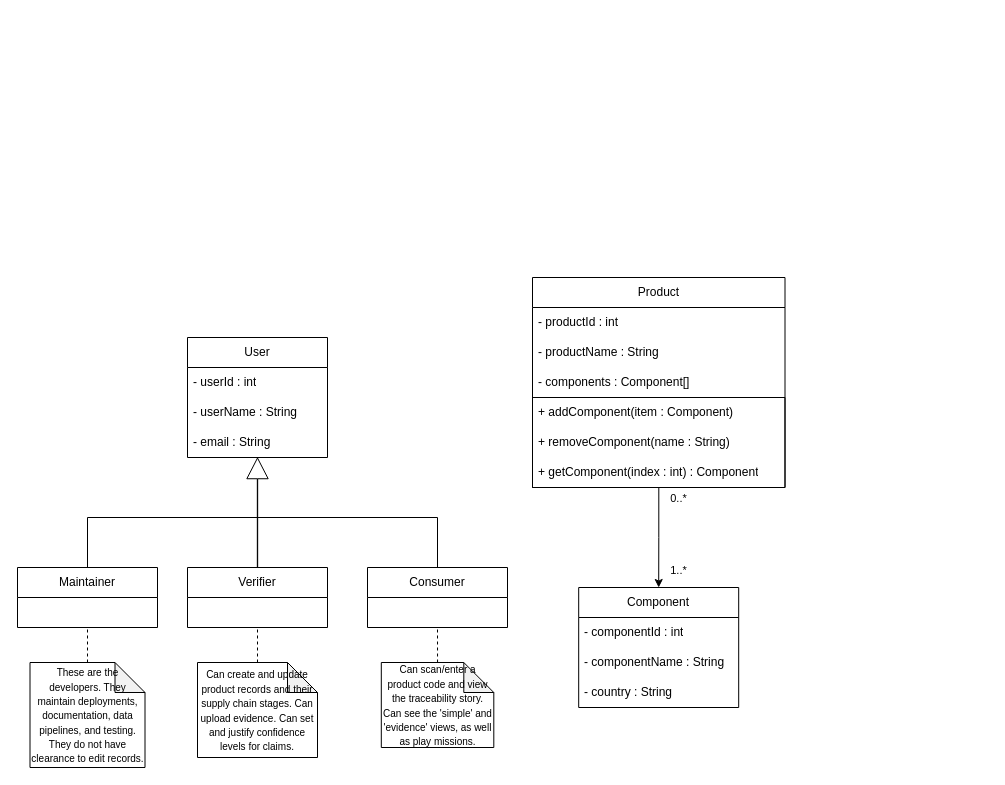
The draw.io diagram main/design/UML.drawio in rscott34/Innovation-project-4, before the edit. Source tidied: cells renumbered, new cells numbered last; positions are measured from the earlier drawing's top-left corner, leaving out a move shared by most shapes. Both pictures are drawn from the tidied source at 100%, with x=0, y=0 at pixel (17, 277).
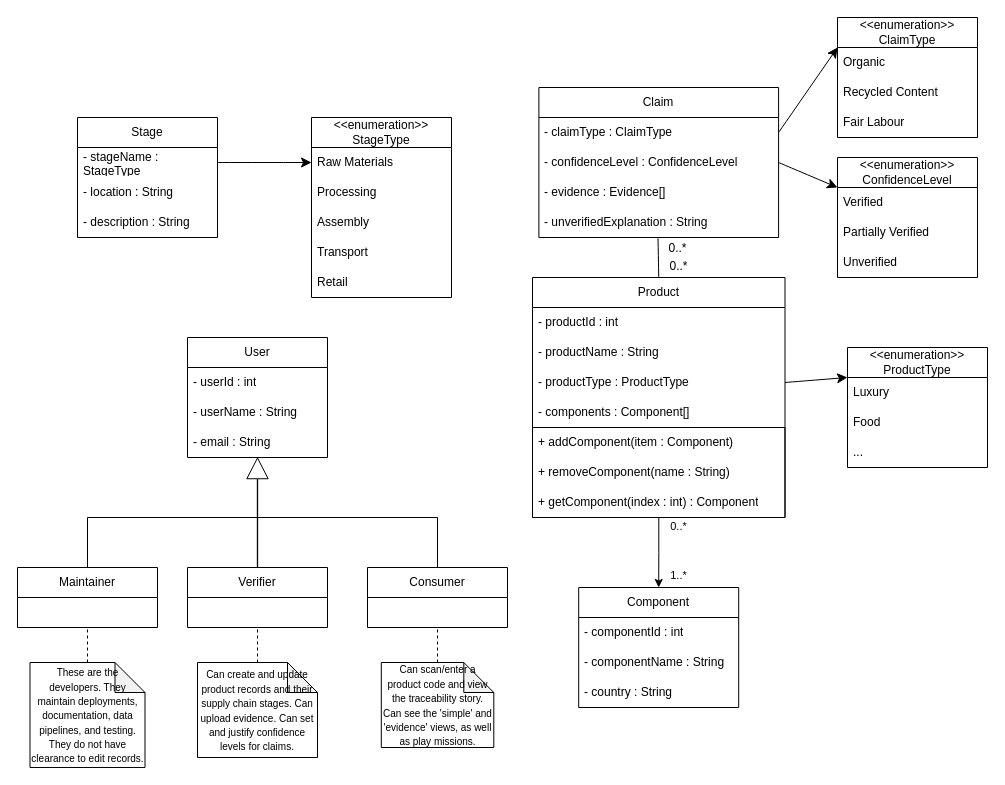
The same page after the edit.

Commit message:
Recent UML

Diff of the diagram source:
```diff
@@
     <mxCell id="5" value="Product" style="swimlane;fontStyle=0;horizontal=1;startSize=30;whiteSpace=wrap;html=1;" parent="1" vertex="1">
-      <mxGeometry x="515" width="252.5" height="210" as="geometry" />
+      <mxGeometry x="515" width="252.5" height="240" as="geometry" />
     </mxCell>
@@
+    <mxCell id="33" value="- productType : ProductType" style="text;strokeColor=none;fillColor=none;align=left;verticalAlign=middle;spacingLeft=4;spacingRight=4;overflow=hidden;points=[[0,0.5],[1,0.5]];portConstraint=eastwest;whiteSpace=wrap;html=1;" parent="5" vertex="1">
+      <mxGeometry y="90" width="252.5" height="30" as="geometry" />
+    </mxCell>
     <mxCell id="8" value="- components : Component[]" style="text;strokeColor=none;fillColor=none;align=left;verticalAlign=middle;spacingLeft=4;spacingRight=4;overflow=hidden;whiteSpace=wrap;html=1;" parent="5" vertex="1">
-      <mxGeometry y="90" width="252.5" height="30" as="geometry" />
+      <mxGeometry y="120" width="252.5" height="30" as="geometry" />
     </mxCell>
     <mxCell id="9" style="swimlane;fontStyle=0;horizontal=1;startSize=0;whiteSpace=wrap;html=1;" parent="5" vertex="1">
-      <mxGeometry y="120" width="252.5" height="90" as="geometry" />
+      <mxGeometry y="150" width="252.5" height="90" as="geometry" />
     </mxCell>
@@
+    <mxCell id="34" value="&amp;lt;&amp;lt;enumeration&amp;gt;&amp;gt;&lt;div&gt;ProductType&lt;/div&gt;" style="swimlane;fontStyle=0;horizontal=1;startSize=30;whiteSpace=wrap;html=1;" parent="1" vertex="1">
+      <mxGeometry x="830" y="70" width="140" height="120" as="geometry" />
+    </mxCell>
+    <mxCell id="35" value="Luxury" style="text;strokeColor=none;fillColor=none;align=left;verticalAlign=middle;spacingLeft=4;spacingRight=4;overflow=hidden;whiteSpace=wrap;html=1;" parent="34" vertex="1">
+      <mxGeometry y="30" width="140" height="30" as="geometry" />
+    </mxCell>
+    <mxCell id="36" value="Food" style="text;strokeColor=none;fillColor=none;align=left;verticalAlign=middle;spacingLeft=4;spacingRight=4;overflow=hidden;whiteSpace=wrap;html=1;" parent="34" vertex="1">
+      <mxGeometry y="60" width="140" height="30" as="geometry" />
+    </mxCell>
+    <mxCell id="37" value="..." style="text;strokeColor=none;fillColor=none;align=left;verticalAlign=middle;spacingLeft=4;spacingRight=4;overflow=hidden;whiteSpace=wrap;html=1;" parent="34" vertex="1">
+      <mxGeometry y="90" width="140" height="30" as="geometry" />
+    </mxCell>
+    <mxCell id="38" style="endArrow=classic;html=1;rounded=0;fontSize=12;startSize=8;endSize=8;curved=1;entryX=0;entryY=0.25;entryDx=0;entryDy=0;exitX=1;exitY=0.5;exitDx=0;exitDy=0;" parent="1" edge="1" source="33" target="34">
+      <mxGeometry relative="1" as="geometry" />
+    </mxCell>
+    <mxCell id="39" value="Stage" style="swimlane;fontStyle=0;horizontal=1;startSize=30;whiteSpace=wrap;html=1;" parent="1" vertex="1">
+      <mxGeometry x="60" y="-160" width="140" height="120" as="geometry" />
+    </mxCell>
+    <mxCell id="40" value="- stageName : StageType" style="text;strokeColor=none;fillColor=none;align=left;verticalAlign=middle;spacingLeft=4;spacingRight=4;overflow=hidden;points=[[0,0.5],[1,0.5]];portConstraint=eastwest;whiteSpace=wrap;html=1;" parent="39" vertex="1">
+      <mxGeometry y="30" width="140" height="30" as="geometry" />
+    </mxCell>
+    <mxCell id="41" value="- location : String" style="text;strokeColor=none;fillColor=none;align=left;verticalAlign=middle;spacingLeft=4;spacingRight=4;overflow=hidden;whiteSpace=wrap;html=1;" parent="39" vertex="1">
+      <mxGeometry y="60" width="140" height="30" as="geometry" />
+    </mxCell>
+    <mxCell id="42" value="- description : String" style="text;strokeColor=none;fillColor=none;align=left;verticalAlign=middle;spacingLeft=4;spacingRight=4;overflow=hidden;whiteSpace=wrap;html=1;" parent="39" vertex="1">
+      <mxGeometry y="90" width="140" height="30" as="geometry" />
+    </mxCell>
+    <mxCell id="43" value="Claim" style="swimlane;fontStyle=0;horizontal=1;startSize=30;whiteSpace=wrap;html=1;" parent="1" vertex="1">
+      <mxGeometry x="521.4" y="-190" width="239.7" height="150" as="geometry" />
+    </mxCell>
+    <mxCell id="44" value="- claimType : ClaimType" style="text;strokeColor=none;fillColor=none;align=left;verticalAlign=middle;spacingLeft=4;spacingRight=4;overflow=hidden;points=[[0,0.5],[1,0.5]];portConstraint=eastwest;whiteSpace=wrap;html=1;" parent="43" vertex="1">
+      <mxGeometry y="30" width="239.7" height="30" as="geometry" />
+    </mxCell>
+    <mxCell id="45" value="- confidenceLevel : ConfidenceLevel" style="text;strokeColor=none;fillColor=none;align=left;verticalAlign=middle;spacingLeft=4;spacingRight=4;overflow=hidden;points=[[0,0.5],[1,0.5]];portConstraint=eastwest;whiteSpace=wrap;html=1;" parent="43" vertex="1">
+      <mxGeometry y="60" width="239.7" height="30" as="geometry" />
+    </mxCell>
+    <mxCell id="46" value="- evidence : Evidence[]" style="text;strokeColor=none;fillColor=none;align=left;verticalAlign=middle;spacingLeft=4;spacingRight=4;overflow=hidden;whiteSpace=wrap;html=1;" parent="43" vertex="1">
+      <mxGeometry y="90" width="239.7" height="30" as="geometry" />
+    </mxCell>
+    <mxCell id="47" value="- unverifiedExplanation : String" style="text;strokeColor=none;fillColor=none;align=left;verticalAlign=middle;spacingLeft=4;spacingRight=4;overflow=hidden;points=[[0,0.5],[1,0.5]];portConstraint=eastwest;whiteSpace=wrap;html=1;" parent="43" vertex="1">
+      <mxGeometry y="120" width="239.7" height="30" as="geometry" />
+    </mxCell>
+    <mxCell id="48" value="&amp;lt;&amp;lt;enumeration&amp;gt;&amp;gt;&lt;div&gt;StageType&lt;/div&gt;" style="swimlane;fontStyle=0;horizontal=1;startSize=30;whiteSpace=wrap;html=1;" parent="1" vertex="1">
+      <mxGeometry x="294" y="-160" width="140" height="180" as="geometry" />
+    </mxCell>
+    <mxCell id="49" value="Raw Materials" style="text;strokeColor=none;fillColor=none;align=left;verticalAlign=middle;spacingLeft=4;spacingRight=4;overflow=hidden;whiteSpace=wrap;html=1;" parent="48" vertex="1">
+      <mxGeometry y="30" width="140" height="30" as="geometry" />
+    </mxCell>
+    <mxCell id="50" value="Processing" style="text;strokeColor=none;fillColor=none;align=left;verticalAlign=middle;spacingLeft=4;spacingRight=4;overflow=hidden;whiteSpace=wrap;html=1;" parent="48" vertex="1">
+      <mxGeometry y="60" width="140" height="30" as="geometry" />
+    </mxCell>
+    <mxCell id="51" value="Assembly" style="text;strokeColor=none;fillColor=none;align=left;verticalAlign=middle;spacingLeft=4;spacingRight=4;overflow=hidden;whiteSpace=wrap;html=1;" parent="48" vertex="1">
+      <mxGeometry y="90" width="140" height="30" as="geometry" />
+    </mxCell>
+    <mxCell id="52" value="Transport" style="text;strokeColor=none;fillColor=none;align=left;verticalAlign=middle;spacingLeft=4;spacingRight=4;overflow=hidden;whiteSpace=wrap;html=1;" parent="48" vertex="1">
+      <mxGeometry y="120" width="140" height="30" as="geometry" />
+    </mxCell>
+    <mxCell id="53" value="Retail" style="text;strokeColor=none;fillColor=none;align=left;verticalAlign=middle;spacingLeft=4;spacingRight=4;overflow=hidden;whiteSpace=wrap;html=1;" parent="48" vertex="1">
+      <mxGeometry y="150" width="140" height="30" as="geometry" />
+    </mxCell>
+    <mxCell id="54" style="endArrow=classic;html=1;rounded=0;fontSize=12;startSize=8;endSize=8;curved=1;exitX=1;exitY=0.5;exitDx=0;exitDy=0;entryX=0;entryY=0.25;entryDx=0;entryDy=0;" parent="1" edge="1" source="40" target="48">
+      <mxGeometry relative="1" as="geometry" />
+    </mxCell>
+    <mxCell id="55" value="&amp;lt;&amp;lt;enumeration&amp;gt;&amp;gt;&lt;div&gt;ClaimType&lt;/div&gt;" style="swimlane;fontStyle=0;horizontal=1;startSize=30;whiteSpace=wrap;html=1;" parent="1" vertex="1">
+      <mxGeometry x="820" y="-260" width="140" height="120" as="geometry" />
+    </mxCell>
+    <mxCell id="56" value="Organic" style="text;strokeColor=none;fillColor=none;align=left;verticalAlign=middle;spacingLeft=4;spacingRight=4;overflow=hidden;whiteSpace=wrap;html=1;" parent="55" vertex="1">
+      <mxGeometry y="30" width="140" height="30" as="geometry" />
+    </mxCell>
+    <mxCell id="57" value="Recycled Content" style="text;strokeColor=none;fillColor=none;align=left;verticalAlign=middle;spacingLeft=4;spacingRight=4;overflow=hidden;whiteSpace=wrap;html=1;" parent="55" vertex="1">
+      <mxGeometry y="60" width="140" height="30" as="geometry" />
+    </mxCell>
+    <mxCell id="58" value="Fair Labour" style="text;strokeColor=none;fillColor=none;align=left;verticalAlign=middle;spacingLeft=4;spacingRight=4;overflow=hidden;whiteSpace=wrap;html=1;" parent="55" vertex="1">
+      <mxGeometry y="90" width="140" height="30" as="geometry" />
+    </mxCell>
+    <mxCell id="59" style="endArrow=classic;html=1;rounded=0;fontSize=12;startSize=8;endSize=8;curved=1;exitX=1;exitY=0.5;exitDx=0;exitDy=0;entryX=0;entryY=0.25;entryDx=0;entryDy=0;" parent="1" edge="1" source="44" target="55">
+      <mxGeometry relative="1" as="geometry" />
+    </mxCell>
+    <mxCell id="60" style="endArrow=none;html=1;rounded=0;fontSize=12;startSize=8;endSize=8;curved=1;exitX=0.5;exitY=0;exitDx=0;exitDy=0;entryX=0.497;entryY=1.027;entryDx=0;entryDy=0;entryPerimeter=0;" parent="1" edge="1" source="5" target="47">
+      <mxGeometry relative="1" as="geometry" />
+    </mxCell>
+    <mxCell id="61" value="0..*" style="edgeLabel;html=1;align=center;verticalAlign=middle;fontSize=12;" parent="60" vertex="1">
+      <mxGeometry x="0.65" relative="1" as="geometry">
+        <mxPoint x="19" y="2" as="offset" />
+      </mxGeometry>
+    </mxCell>
+    <mxCell id="62" value="0..*" style="edgeLabel;html=1;align=center;verticalAlign=middle;fontSize=12;" parent="60" vertex="1">
+      <mxGeometry x="-0.56" y="-1" relative="1" as="geometry">
+        <mxPoint x="18" y="-2" as="offset" />
+      </mxGeometry>
+    </mxCell>
+    <mxCell id="63" value="&amp;lt;&amp;lt;enumeration&amp;gt;&amp;gt;&lt;div&gt;ConfidenceLevel&lt;/div&gt;" style="swimlane;fontStyle=0;horizontal=1;startSize=30;whiteSpace=wrap;html=1;" parent="1" vertex="1">
+      <mxGeometry x="820" y="-120" width="140" height="120" as="geometry" />
+    </mxCell>
+    <mxCell id="64" value="Verified" style="text;strokeColor=none;fillColor=none;align=left;verticalAlign=middle;spacingLeft=4;spacingRight=4;overflow=hidden;whiteSpace=wrap;html=1;" parent="63" vertex="1">
+      <mxGeometry y="30" width="140" height="30" as="geometry" />
+    </mxCell>
+    <mxCell id="65" value="Partially Verified" style="text;strokeColor=none;fillColor=none;align=left;verticalAlign=middle;spacingLeft=4;spacingRight=4;overflow=hidden;whiteSpace=wrap;html=1;" parent="63" vertex="1">
+      <mxGeometry y="60" width="140" height="30" as="geometry" />
+    </mxCell>
+    <mxCell id="66" value="Unverified" style="text;strokeColor=none;fillColor=none;align=left;verticalAlign=middle;spacingLeft=4;spacingRight=4;overflow=hidden;whiteSpace=wrap;html=1;" parent="63" vertex="1">
+      <mxGeometry y="90" width="140" height="30" as="geometry" />
+    </mxCell>
+    <mxCell id="67" style="endArrow=classic;html=1;rounded=0;fontSize=12;startSize=8;endSize=8;curved=1;entryX=0;entryY=0.25;entryDx=0;entryDy=0;exitX=1;exitY=0.5;exitDx=0;exitDy=0;" parent="1" edge="1" source="45" target="63">
+      <mxGeometry relative="1" as="geometry" />
+    </mxCell>
```
